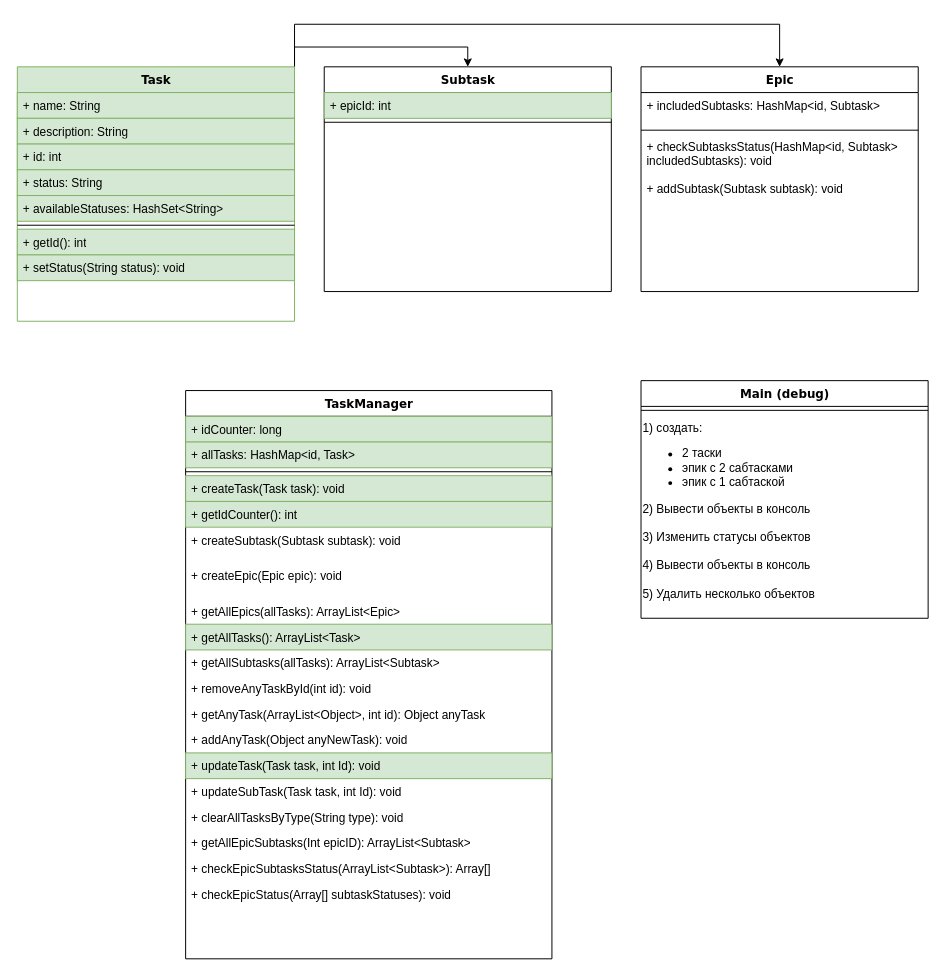
This is Kanban_project.drawio from c0m14/java-kanban, a draw.io file, before an edit. Source tidied: cells renumbered, new cells numbered last; positions are measured from the earlier drawing's top-left corner, leaving out a move shared by most shapes. Both pictures are drawn from the tidied source at 99%, with x=0, y=0 at pixel (17, 24).
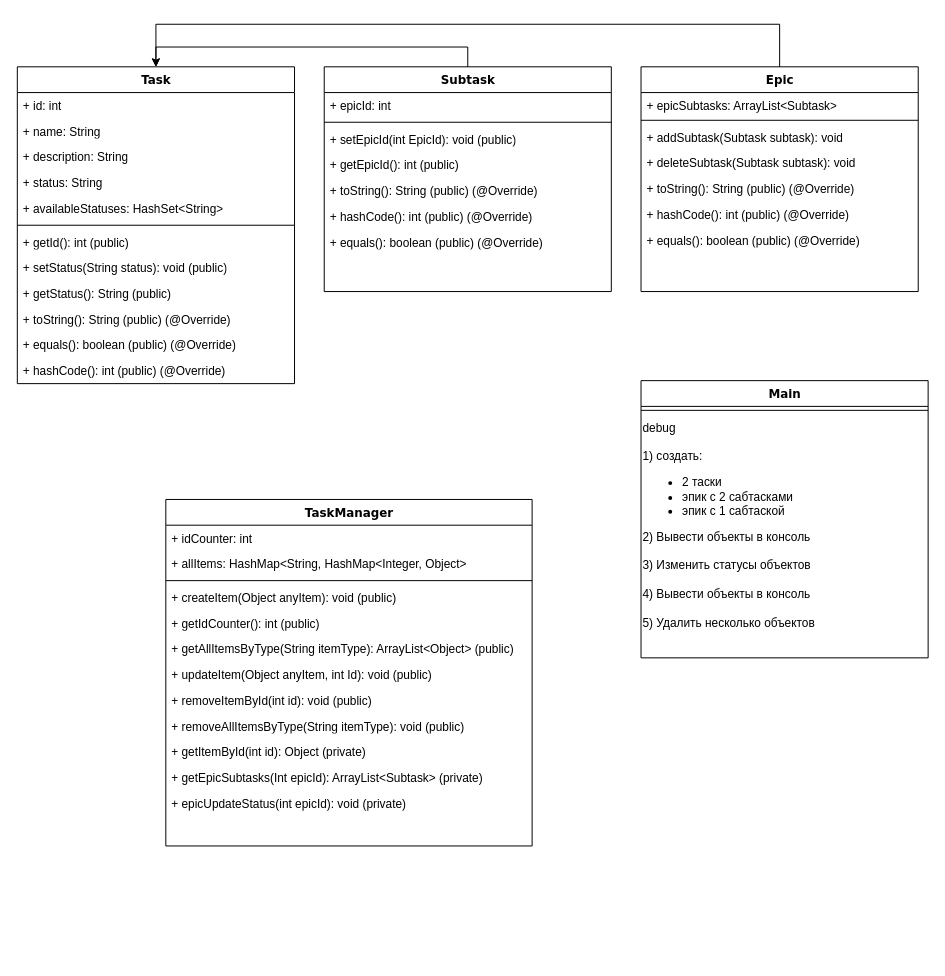
Above is the later version.

Commit message:
актуализация файла с архитектурой проекта

Unchanged cells that the change refers to:
```xml
<mxCell id="13" value="Subtask" style="swimlane;html=1;fontStyle=1;align=center;verticalAlign=top;horizontal=1;startSize=26;swimlaneFillColor=#ffffff;rounded=0;shadow=0;comic=0;labelBackgroundColor=none;strokeWidth=1;fillColor=none;fontFamily=Verdana;fontSize=12;" parent="1" vertex="1">
  <mxGeometry x="310" y="43" width="290" height="227" as="geometry" />
</mxCell>
<mxCell id="16" value="Epic" style="swimlane;html=1;fontStyle=1;align=center;verticalAlign=top;horizontal=1;startSize=26;swimlaneFillColor=#ffffff;rounded=0;shadow=0;comic=0;labelBackgroundColor=none;strokeWidth=1;fillColor=none;fontFamily=Verdana;fontSize=12;" parent="1" vertex="1">
  <mxGeometry x="630" y="43" width="280" height="227" as="geometry" />
</mxCell>
```

Diff of the diagram source:
```diff
@@
-    <mxCell id="2" style="edgeStyle=orthogonalEdgeStyle;rounded=0;jettySize=auto;html=1;exitX=1;exitY=0;exitDx=0;exitDy=0;entryX=0.5;entryY=0;entryDx=0;entryDy=0;" parent="1" edge="1" source="4" target="13">
-      <mxGeometry relative="1" as="geometry" />
-    </mxCell>
-    <mxCell id="3" style="edgeStyle=orthogonalEdgeStyle;rounded=0;jettySize=auto;html=1;exitX=1;exitY=0;exitDx=0;exitDy=0;entryX=0.5;entryY=0;entryDx=0;entryDy=0;" parent="1" edge="1" source="4" target="16">
-      <mxGeometry relative="1" as="geometry">
-        <Array as="points">
-          <mxPoint x="280" />
-          <mxPoint x="770" />
-        </Array>
-      </mxGeometry>
-    </mxCell>
-    <mxCell id="4" value="Task" style="swimlane;html=1;fontStyle=1;align=center;verticalAlign=top;horizontal=1;startSize=26;swimlaneFillColor=#ffffff;rounded=0;shadow=0;comic=0;labelBackgroundColor=none;strokeWidth=1;fillColor=#d5e8d4;fontFamily=Verdana;fontSize=12;strokeColor=#82b366;" parent="1" vertex="1">
-      <mxGeometry y="43" width="280" height="257" as="geometry" />
+    <mxCell id="4" value="Task" style="swimlane;html=1;fontStyle=1;align=center;verticalAlign=top;horizontal=1;startSize=26;swimlaneFillColor=#ffffff;rounded=0;shadow=0;comic=0;labelBackgroundColor=none;strokeWidth=1;fontFamily=Verdana;fontSize=12;" parent="1" vertex="1">
+      <mxGeometry y="43" width="280" height="320" as="geometry" />
     </mxCell>
+    <mxCell id="7" value="+ id: int" style="text;html=1;align=left;verticalAlign=top;spacingLeft=4;spacingRight=4;whiteSpace=wrap;overflow=hidden;" parent="4" vertex="1">
+      <mxGeometry y="26" width="280" height="26" as="geometry" />
+    </mxCell>
-    <mxCell id="5" value="+ name: String" style="text;html=1;strokeColor=#82b366;fillColor=#d5e8d4;align=left;verticalAlign=top;spacingLeft=4;spacingRight=4;whiteSpace=wrap;overflow=hidden;" parent="4" vertex="1">
-      <mxGeometry y="26" width="280" height="26" as="geometry" />
+    <mxCell id="5" value="+ name: String" style="text;html=1;align=left;verticalAlign=top;spacingLeft=4;spacingRight=4;whiteSpace=wrap;overflow=hidden;" parent="4" vertex="1">
+      <mxGeometry y="52" width="280" height="26" as="geometry" />
     </mxCell>
-    <mxCell id="6" value="+ description: String" style="text;html=1;strokeColor=#82b366;fillColor=#d5e8d4;align=left;verticalAlign=top;spacingLeft=4;spacingRight=4;whiteSpace=wrap;overflow=hidden;" parent="4" vertex="1">
-      <mxGeometry y="52" width="280" height="26" as="geometry" />
+    <mxCell id="6" value="+ description: String" style="text;html=1;align=left;verticalAlign=top;spacingLeft=4;spacingRight=4;whiteSpace=wrap;overflow=hidden;" parent="4" vertex="1">
+      <mxGeometry y="78" width="280" height="26" as="geometry" />
     </mxCell>
-    <mxCell id="7" value="+ id: int" style="text;html=1;strokeColor=#82b366;fillColor=#d5e8d4;align=left;verticalAlign=top;spacingLeft=4;spacingRight=4;whiteSpace=wrap;overflow=hidden;" parent="4" vertex="1">
-      <mxGeometry y="78" width="280" height="26" as="geometry" />
-    </mxCell>
-    <mxCell id="8" value="+ status: String" style="text;html=1;strokeColor=#82b366;fillColor=#d5e8d4;align=left;verticalAlign=top;spacingLeft=4;spacingRight=4;whiteSpace=wrap;overflow=hidden;" parent="4" vertex="1">
+    <mxCell id="8" value="+ status: String" style="text;html=1;align=left;verticalAlign=top;spacingLeft=4;spacingRight=4;whiteSpace=wrap;overflow=hidden;" parent="4" vertex="1">
       <mxGeometry y="104" width="280" height="26" as="geometry" />
     </mxCell>
-    <mxCell id="9" value="+ availableStatuses: HashSet&amp;lt;String&amp;gt;" style="text;html=1;strokeColor=#82b366;fillColor=#d5e8d4;align=left;verticalAlign=top;spacingLeft=4;spacingRight=4;whiteSpace=wrap;overflow=hidden;" parent="4" vertex="1">
+    <mxCell id="9" value="+ availableStatuses: HashSet&amp;lt;String&amp;gt;" style="text;html=1;align=left;verticalAlign=top;spacingLeft=4;spacingRight=4;whiteSpace=wrap;overflow=hidden;" parent="4" vertex="1">
       <mxGeometry y="130" width="280" height="26" as="geometry" />
     </mxCell>
@@
-    <mxCell id="11" value="+ getId(): int" style="text;html=1;strokeColor=#82b366;fillColor=#d5e8d4;align=left;verticalAlign=top;spacingLeft=4;spacingRight=4;whiteSpace=wrap;overflow=hidden;" parent="4" vertex="1">
+    <mxCell id="11" value="+ getId(): int (public)" style="text;html=1;align=left;verticalAlign=top;spacingLeft=4;spacingRight=4;whiteSpace=wrap;overflow=hidden;" parent="4" vertex="1">
       <mxGeometry y="164" width="280" height="26" as="geometry" />
     </mxCell>
-    <mxCell id="12" value="+ setStatus(String status): void" style="text;html=1;strokeColor=#82b366;fillColor=#d5e8d4;align=left;verticalAlign=top;spacingLeft=4;spacingRight=4;whiteSpace=wrap;overflow=hidden;" parent="4" vertex="1">
+    <mxCell id="12" value="+ setStatus(String status): void (public)" style="text;html=1;align=left;verticalAlign=top;spacingLeft=4;spacingRight=4;whiteSpace=wrap;overflow=hidden;" parent="4" vertex="1">
       <mxGeometry y="190" width="280" height="26" as="geometry" />
     </mxCell>
+    <mxCell id="44" value="+ getStatus(): String (public)" style="text;html=1;align=left;verticalAlign=top;spacingLeft=4;spacingRight=4;whiteSpace=wrap;overflow=hidden;" parent="4" vertex="1">
+      <mxGeometry y="216" width="280" height="26" as="geometry" />
+    </mxCell>
+    <mxCell id="45" value="+ toString(): String (public) (@Override)" style="text;html=1;align=left;verticalAlign=top;spacingLeft=4;spacingRight=4;whiteSpace=wrap;overflow=hidden;" parent="4" vertex="1">
+      <mxGeometry y="242" width="280" height="26" as="geometry" />
+    </mxCell>
+    <mxCell id="46" value="+ equals(): boolean (public) (@Override)" style="text;html=1;align=left;verticalAlign=top;spacingLeft=4;spacingRight=4;whiteSpace=wrap;overflow=hidden;" parent="4" vertex="1">
+      <mxGeometry y="268" width="280" height="26" as="geometry" />
+    </mxCell>
+    <mxCell id="47" value="+ hashCode(): int (public) (@Override)" style="text;html=1;align=left;verticalAlign=top;spacingLeft=4;spacingRight=4;whiteSpace=wrap;overflow=hidden;" parent="4" vertex="1">
+      <mxGeometry y="294" width="280" height="26" as="geometry" />
+    </mxCell>
+    <mxCell id="48" style="edgeStyle=orthogonalEdgeStyle;rounded=0;jettySize=auto;html=1;exitX=0.5;exitY=0;exitDx=0;exitDy=0;entryX=0.5;entryY=0;entryDx=0;entryDy=0;" parent="1" edge="1" source="13" target="4">
+      <mxGeometry relative="1" as="geometry" />
+    </mxCell>
@@
-    <mxCell id="14" value="+ epicId: int" style="text;html=1;strokeColor=#82b366;fillColor=#d5e8d4;align=left;verticalAlign=top;spacingLeft=4;spacingRight=4;whiteSpace=wrap;overflow=hidden;" parent="13" vertex="1">
+    <mxCell id="14" value="+ epicId: int" style="text;html=1;align=left;verticalAlign=top;spacingLeft=4;spacingRight=4;whiteSpace=wrap;overflow=hidden;" parent="13" vertex="1">
       <mxGeometry y="26" width="290" height="26" as="geometry" />
     </mxCell>
@@
+    <mxCell id="49" value="+ setEpicId(int EpicId): void (public)" style="text;html=1;align=left;verticalAlign=top;spacingLeft=4;spacingRight=4;whiteSpace=wrap;overflow=hidden;" parent="13" vertex="1">
+      <mxGeometry y="60" width="290" height="26" as="geometry" />
+    </mxCell>
+    <mxCell id="50" value="+ getEpicId(): int (public)" style="text;html=1;align=left;verticalAlign=top;spacingLeft=4;spacingRight=4;whiteSpace=wrap;overflow=hidden;" parent="13" vertex="1">
+      <mxGeometry y="86" width="290" height="26" as="geometry" />
+    </mxCell>
+    <mxCell id="51" value="+ toString(): String (public) (@Override)" style="text;html=1;align=left;verticalAlign=top;spacingLeft=4;spacingRight=4;whiteSpace=wrap;overflow=hidden;" parent="13" vertex="1">
+      <mxGeometry y="112" width="290" height="26" as="geometry" />
+    </mxCell>
+    <mxCell id="52" value="+ hashCode(): int (public) (@Override)" style="text;html=1;align=left;verticalAlign=top;spacingLeft=4;spacingRight=4;whiteSpace=wrap;overflow=hidden;" parent="13" vertex="1">
+      <mxGeometry y="138" width="290" height="26" as="geometry" />
+    </mxCell>
+    <mxCell id="53" value="+ equals(): boolean (public) (@Override)" style="text;html=1;align=left;verticalAlign=top;spacingLeft=4;spacingRight=4;whiteSpace=wrap;overflow=hidden;" parent="13" vertex="1">
+      <mxGeometry y="164" width="290" height="26" as="geometry" />
+    </mxCell>
+    <mxCell id="54" style="edgeStyle=orthogonalEdgeStyle;rounded=0;jettySize=auto;html=1;exitX=0.5;exitY=0;exitDx=0;exitDy=0;" parent="1" edge="1" source="16">
+      <mxGeometry relative="1" as="geometry">
+        <mxPoint x="140" y="43" as="targetPoint" />
+        <Array as="points">
+          <mxPoint x="770" />
+          <mxPoint x="140" />
+        </Array>
+      </mxGeometry>
+    </mxCell>
@@
-    <mxCell id="17" value="+ includedSubtasks: HashMap&amp;lt;id, Subtask&amp;gt;" style="text;html=1;strokeColor=none;fillColor=none;align=left;verticalAlign=top;spacingLeft=4;spacingRight=4;whiteSpace=wrap;overflow=hidden;" parent="16" vertex="1">
-      <mxGeometry y="26" width="280" height="34" as="geometry" />
+    <mxCell id="17" value="+ epicSubtasks: ArrayList&amp;lt;Subtask&amp;gt;" style="text;html=1;strokeColor=none;fillColor=none;align=left;verticalAlign=top;spacingLeft=4;spacingRight=4;whiteSpace=wrap;overflow=hidden;" parent="16" vertex="1">
+      <mxGeometry y="26" width="280" height="24" as="geometry" />
     </mxCell>
     <mxCell id="18" style="line;html=1;strokeWidth=1;fillColor=none;align=left;verticalAlign=middle;spacingTop=-1;spacingLeft=3;spacingRight=3;labelPosition=right;" parent="16" vertex="1">
-      <mxGeometry y="60" width="280" height="8" as="geometry" />
+      <mxGeometry y="50" width="280" height="8" as="geometry" />
     </mxCell>
-    <mxCell id="19" value="+ checkSubtasksStatus(HashMap&amp;lt;id, Subtask&amp;gt;&amp;nbsp;&lt;br&gt;includedSubtasks): void" style="text;html=1;strokeColor=none;fillColor=none;align=left;verticalAlign=top;spacingLeft=4;spacingRight=4;whiteSpace=wrap;overflow=hidden;" parent="16" vertex="1">
-      <mxGeometry y="68" width="280" height="42" as="geometry" />
-    </mxCell>
     <mxCell id="20" value="+ addSubtask(Subtask subtask): void" style="text;html=1;strokeColor=none;fillColor=none;align=left;verticalAlign=top;spacingLeft=4;spacingRight=4;whiteSpace=wrap;overflow=hidden;" parent="16" vertex="1">
-      <mxGeometry y="110" width="280" height="26" as="geometry" />
+      <mxGeometry y="58" width="280" height="26" as="geometry" />
     </mxCell>
+    <mxCell id="55" value="+ deleteSubtask(Subtask subtask): void" style="text;html=1;strokeColor=none;fillColor=none;align=left;verticalAlign=top;spacingLeft=4;spacingRight=4;whiteSpace=wrap;overflow=hidden;" parent="16" vertex="1">
+      <mxGeometry y="84" width="280" height="26" as="geometry" />
+    </mxCell>
+    <mxCell id="56" value="+ toString(): String (public) (@Override)" style="text;html=1;align=left;verticalAlign=top;spacingLeft=4;spacingRight=4;whiteSpace=wrap;overflow=hidden;" parent="16" vertex="1">
+      <mxGeometry y="110" width="280" height="26" as="geometry" />
+    </mxCell>
+    <mxCell id="57" value="+ hashCode(): int (public) (@Override)" style="text;html=1;align=left;verticalAlign=top;spacingLeft=4;spacingRight=4;whiteSpace=wrap;overflow=hidden;" parent="16" vertex="1">
+      <mxGeometry y="136" width="280" height="26" as="geometry" />
+    </mxCell>
+    <mxCell id="58" value="+ equals(): boolean (public) (@Override)" style="text;html=1;align=left;verticalAlign=top;spacingLeft=4;spacingRight=4;whiteSpace=wrap;overflow=hidden;" parent="16" vertex="1">
+      <mxGeometry y="162" width="280" height="26" as="geometry" />
+    </mxCell>
     <mxCell id="21" value="TaskManager" style="swimlane;html=1;fontStyle=1;align=center;verticalAlign=top;horizontal=1;startSize=26;swimlaneFillColor=#ffffff;rounded=0;shadow=0;comic=0;labelBackgroundColor=none;strokeWidth=1;fillColor=none;fontFamily=Verdana;fontSize=12;" parent="1" vertex="1">
-      <mxGeometry x="170" y="370" width="370" height="574" as="geometry" />
+      <mxGeometry x="150" y="480" width="370" height="350" as="geometry" />
     </mxCell>
-    <mxCell id="22" value="+ idCounter: long" style="text;html=1;strokeColor=#82b366;fillColor=#d5e8d4;align=left;verticalAlign=top;spacingLeft=4;spacingRight=4;whiteSpace=wrap;overflow=hidden;" parent="21" vertex="1">
+    <mxCell id="22" value="+ idCounter: int" style="text;html=1;align=left;verticalAlign=top;spacingLeft=4;spacingRight=4;whiteSpace=wrap;overflow=hidden;" parent="21" vertex="1">
       <mxGeometry y="26" width="370" height="26" as="geometry" />
     </mxCell>
-    <mxCell id="23" value="+ allTasks: HashMap&amp;lt;id, Task&amp;gt;" style="text;html=1;strokeColor=#82b366;fillColor=#d5e8d4;align=left;verticalAlign=top;spacingLeft=4;spacingRight=4;whiteSpace=wrap;overflow=hidden;" parent="21" vertex="1">
+    <mxCell id="23" value="+ allItems: HashMap&amp;lt;String, HashMap&amp;lt;Integer, Object&amp;gt;" style="text;html=1;align=left;verticalAlign=top;spacingLeft=4;spacingRight=4;whiteSpace=wrap;overflow=hidden;" parent="21" vertex="1">
       <mxGeometry y="52" width="370" height="26" as="geometry" />
     </mxCell>
@@
-    <mxCell id="25" value="+ createTask(Task task): void" style="text;html=1;align=left;verticalAlign=top;spacingLeft=4;spacingRight=4;whiteSpace=wrap;overflow=hidden;fillColor=#d5e8d4;strokeColor=#82b366;" parent="21" vertex="1">
+    <mxCell id="25" value="+ createItem(Object anyItem): void (public)" style="text;html=1;align=left;verticalAlign=top;spacingLeft=4;spacingRight=4;whiteSpace=wrap;overflow=hidden;" parent="21" vertex="1">
       <mxGeometry y="86" width="370" height="26" as="geometry" />
     </mxCell>
-    <mxCell id="26" value="+ getIdCounter(): int" style="text;html=1;align=left;verticalAlign=top;spacingLeft=4;spacingRight=4;whiteSpace=wrap;overflow=hidden;fillColor=#d5e8d4;strokeColor=#82b366;" parent="21" vertex="1">
+    <mxCell id="26" value="+ getIdCounter(): int (public)" style="text;html=1;align=left;verticalAlign=top;spacingLeft=4;spacingRight=4;whiteSpace=wrap;overflow=hidden;" parent="21" vertex="1">
       <mxGeometry y="112" width="370" height="26" as="geometry" />
     </mxCell>
-    <mxCell id="27" value="+ createSubtask(Subtask subtask): void" style="text;html=1;strokeColor=none;fillColor=none;align=left;verticalAlign=top;spacingLeft=4;spacingRight=4;whiteSpace=wrap;overflow=hidden;" parent="21" vertex="1">
-      <mxGeometry y="138" width="370" height="36" as="geometry" />
-    </mxCell>
-    <mxCell id="28" value="+ createEpic(Epic epic): void" style="text;html=1;strokeColor=none;fillColor=none;align=left;verticalAlign=top;spacingLeft=4;spacingRight=4;whiteSpace=wrap;overflow=hidden;" parent="21" vertex="1">
-      <mxGeometry y="174" width="370" height="36" as="geometry" />
-    </mxCell>
-    <mxCell id="29" value="+ getAllEpics(allTasks): ArrayList&amp;lt;Epic&amp;gt;" style="text;html=1;strokeColor=none;fillColor=none;align=left;verticalAlign=top;spacingLeft=4;spacingRight=4;whiteSpace=wrap;overflow=hidden;" parent="21" vertex="1">
-      <mxGeometry y="210" width="370" height="26" as="geometry" />
+    <mxCell id="29" value="+ getAllItemsByType(String itemType): ArrayList&amp;lt;Object&amp;gt; (public)" style="text;html=1;strokeColor=none;fillColor=none;align=left;verticalAlign=top;spacingLeft=4;spacingRight=4;whiteSpace=wrap;overflow=hidden;" parent="21" vertex="1">
+      <mxGeometry y="138" width="370" height="26" as="geometry" />
     </mxCell>
-    <mxCell id="30" value="+ getAllTasks(): ArrayList&amp;lt;Task&amp;gt;" style="text;html=1;strokeColor=#82b366;fillColor=#d5e8d4;align=left;verticalAlign=top;spacingLeft=4;spacingRight=4;whiteSpace=wrap;overflow=hidden;" parent="21" vertex="1">
-      <mxGeometry y="236" width="370" height="26" as="geometry" />
-    </mxCell>
-    <mxCell id="31" value="+ getAllSubtasks(allTasks): ArrayList&amp;lt;Subtask&amp;gt;" style="text;html=1;strokeColor=none;fillColor=none;align=left;verticalAlign=top;spacingLeft=4;spacingRight=4;whiteSpace=wrap;overflow=hidden;" parent="21" vertex="1">
-      <mxGeometry y="262" width="370" height="26" as="geometry" />
-    </mxCell>
+    <mxCell id="35" value="+ updateItem(Object anyItem, int Id): void (public)" style="text;html=1;align=left;verticalAlign=top;spacingLeft=4;spacingRight=4;whiteSpace=wrap;overflow=hidden;" parent="21" vertex="1">
+      <mxGeometry y="164" width="370" height="26" as="geometry" />
+    </mxCell>
-    <mxCell id="32" value="+ removeAnyTaskById(int id): void" style="text;html=1;strokeColor=none;fillColor=none;align=left;verticalAlign=top;spacingLeft=4;spacingRight=4;whiteSpace=wrap;overflow=hidden;" parent="21" vertex="1">
-      <mxGeometry y="288" width="370" height="26" as="geometry" />
+    <mxCell id="32" value="+ removeItemById(int id): void (public)" style="text;html=1;strokeColor=none;fillColor=none;align=left;verticalAlign=top;spacingLeft=4;spacingRight=4;whiteSpace=wrap;overflow=hidden;" parent="21" vertex="1">
+      <mxGeometry y="190" width="370" height="26" as="geometry" />
     </mxCell>
+    <mxCell id="37" value="+ removeAllItemsByType(String itemType): void (public)" style="text;html=1;strokeColor=none;fillColor=none;align=left;verticalAlign=top;spacingLeft=4;spacingRight=4;whiteSpace=wrap;overflow=hidden;" parent="21" vertex="1">
+      <mxGeometry y="216" width="370" height="26" as="geometry" />
+    </mxCell>
-    <mxCell id="33" value="+ getAnyTask(ArrayList&amp;lt;Object&amp;gt;, int id): Object anyTask" style="text;html=1;strokeColor=none;fillColor=none;align=left;verticalAlign=top;spacingLeft=4;spacingRight=4;whiteSpace=wrap;overflow=hidden;" parent="21" vertex="1">
-      <mxGeometry y="314" width="370" height="26" as="geometry" />
+    <mxCell id="33" value="+ getItemById(int id): Object (private)" style="text;html=1;strokeColor=none;fillColor=none;align=left;verticalAlign=top;spacingLeft=4;spacingRight=4;whiteSpace=wrap;overflow=hidden;" parent="21" vertex="1">
+      <mxGeometry y="242" width="370" height="26" as="geometry" />
     </mxCell>
-    <mxCell id="34" value="+ addAnyTask(Object anyNewTask): void" style="text;html=1;strokeColor=none;fillColor=none;align=left;verticalAlign=top;spacingLeft=4;spacingRight=4;whiteSpace=wrap;overflow=hidden;" parent="21" vertex="1">
-      <mxGeometry y="340" width="370" height="26" as="geometry" />
-    </mxCell>
-    <mxCell id="35" value="+ updateTask(Task task, int Id): void" style="text;html=1;strokeColor=#82b366;fillColor=#d5e8d4;align=left;verticalAlign=top;spacingLeft=4;spacingRight=4;whiteSpace=wrap;overflow=hidden;" parent="21" vertex="1">
-      <mxGeometry y="366" width="370" height="26" as="geometry" />
-    </mxCell>
-    <mxCell id="36" value="+ updateSubTask(Task task, int Id): void" style="text;html=1;strokeColor=none;fillColor=none;align=left;verticalAlign=top;spacingLeft=4;spacingRight=4;whiteSpace=wrap;overflow=hidden;" parent="21" vertex="1">
-      <mxGeometry y="392" width="370" height="26" as="geometry" />
-    </mxCell>
-    <mxCell id="37" value="+ clearAllTasksByType(String type): void" style="text;html=1;strokeColor=none;fillColor=none;align=left;verticalAlign=top;spacingLeft=4;spacingRight=4;whiteSpace=wrap;overflow=hidden;" parent="21" vertex="1">
-      <mxGeometry y="418" width="370" height="26" as="geometry" />
-    </mxCell>
-    <mxCell id="38" value="+ getAllEpicSubtasks(Int epicID): ArrayList&amp;lt;Subtask&amp;gt;" style="text;html=1;strokeColor=none;fillColor=none;align=left;verticalAlign=top;spacingLeft=4;spacingRight=4;whiteSpace=wrap;overflow=hidden;" parent="21" vertex="1">
-      <mxGeometry y="444" width="370" height="26" as="geometry" />
+    <mxCell id="38" value="+ getEpicSubtasks(Int epicId): ArrayList&amp;lt;Subtask&amp;gt; (private)" style="text;html=1;strokeColor=none;fillColor=none;align=left;verticalAlign=top;spacingLeft=4;spacingRight=4;whiteSpace=wrap;overflow=hidden;" parent="21" vertex="1">
+      <mxGeometry y="268" width="370" height="26" as="geometry" />
     </mxCell>
-    <mxCell id="39" value="+ checkEpicSubtasksStatus(ArrayList&amp;lt;Subtask&amp;gt;): Array[]" style="text;html=1;strokeColor=none;fillColor=none;align=left;verticalAlign=top;spacingLeft=4;spacingRight=4;whiteSpace=wrap;overflow=hidden;" parent="21" vertex="1">
-      <mxGeometry y="470" width="370" height="26" as="geometry" />
-    </mxCell>
-    <mxCell id="40" value="+ checkEpicStatus(Array[] subtaskStatuses): void" style="text;html=1;align=left;verticalAlign=top;spacingLeft=4;spacingRight=4;whiteSpace=wrap;overflow=hidden;" parent="21" vertex="1">
-      <mxGeometry y="496" width="370" height="26" as="geometry" />
+    <mxCell id="40" value="+ epicUpdateStatus(int epicId): void (private)" style="text;html=1;align=left;verticalAlign=top;spacingLeft=4;spacingRight=4;whiteSpace=wrap;overflow=hidden;" parent="21" vertex="1">
+      <mxGeometry y="294" width="370" height="26" as="geometry" />
     </mxCell>
-    <mxCell id="41" value="Main (debug)" style="swimlane;html=1;fontStyle=1;align=center;verticalAlign=top;horizontal=1;startSize=26;swimlaneFillColor=#ffffff;rounded=0;shadow=0;comic=0;labelBackgroundColor=none;strokeWidth=1;fillColor=none;fontFamily=Verdana;fontSize=12;" parent="1" vertex="1">
-      <mxGeometry x="630" y="360" width="290" height="240" as="geometry" />
+    <mxCell id="41" value="Main" style="swimlane;html=1;fontStyle=1;align=center;verticalAlign=top;horizontal=1;startSize=26;swimlaneFillColor=#ffffff;rounded=0;shadow=0;comic=0;labelBackgroundColor=none;strokeWidth=1;fillColor=none;fontFamily=Verdana;fontSize=12;" parent="1" vertex="1">
+      <mxGeometry x="630" y="360" width="290" height="280" as="geometry" />
     </mxCell>
@@
-    <mxCell id="43" value="&lt;span style=&quot;background-color: initial;&quot;&gt;1) создать:&lt;/span&gt;&lt;br&gt;&lt;ul&gt;&lt;li&gt;&lt;span style=&quot;background-color: initial;&quot;&gt;2 таски&lt;/span&gt;&lt;br&gt;&lt;/li&gt;&lt;li&gt;&lt;span style=&quot;background-color: initial;&quot;&gt;эпик с 2 сабтасками&lt;/span&gt;&lt;br&gt;&lt;/li&gt;&lt;li&gt;&lt;span style=&quot;background-color: initial;&quot;&gt;эпик с 1 сабтаской&lt;/span&gt;&lt;/li&gt;&lt;/ul&gt;&lt;span style=&quot;background-color: initial;&quot;&gt;2) Вывести объекты в консоль&lt;br&gt;&lt;br&gt;3) Изменить статусы объектов&lt;br&gt;&lt;br&gt;4) Вывести объекты в консоль&lt;br&gt;&lt;br&gt;5) Удалить несколько объектов&lt;br&gt;&lt;/span&gt;" style="text;html=1;strokeColor=none;fillColor=none;align=left;verticalAlign=top;whiteSpace=wrap;rounded=0;" parent="41" vertex="1">
+    <mxCell id="43" value="&lt;span style=&quot;background-color: initial;&quot;&gt;debug&lt;br&gt;&lt;br&gt;1) создать:&lt;/span&gt;&lt;br&gt;&lt;ul&gt;&lt;li&gt;&lt;span style=&quot;background-color: initial;&quot;&gt;2 таски&lt;/span&gt;&lt;br&gt;&lt;/li&gt;&lt;li&gt;&lt;span style=&quot;background-color: initial;&quot;&gt;эпик с 2 сабтасками&lt;/span&gt;&lt;br&gt;&lt;/li&gt;&lt;li&gt;&lt;span style=&quot;background-color: initial;&quot;&gt;эпик с 1 сабтаской&lt;/span&gt;&lt;/li&gt;&lt;/ul&gt;&lt;span style=&quot;background-color: initial;&quot;&gt;2) Вывести объекты в консоль&lt;br&gt;&lt;br&gt;3) Изменить статусы объектов&lt;br&gt;&lt;br&gt;4) Вывести объекты в консоль&lt;br&gt;&lt;br&gt;5) Удалить несколько объектов&lt;br&gt;&lt;/span&gt;" style="text;html=1;strokeColor=none;fillColor=none;align=left;verticalAlign=top;whiteSpace=wrap;rounded=0;" parent="41" vertex="1">
       <mxGeometry y="34" width="290" height="206" as="geometry" />
     </mxCell>
```
